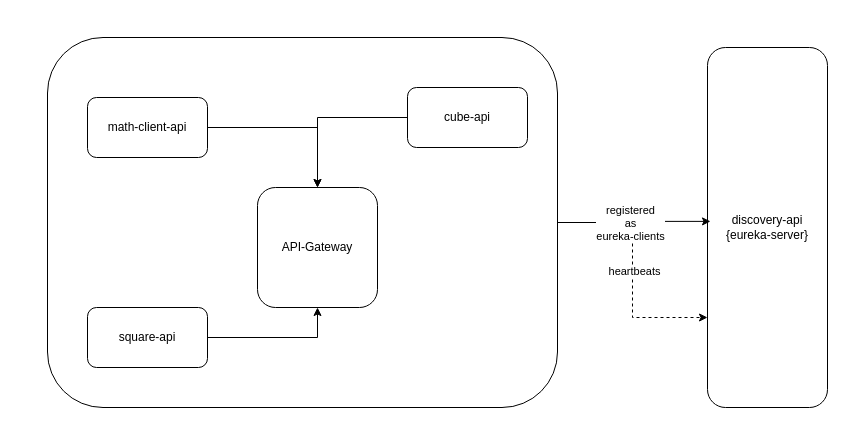
This is backend/spring_cloud.drawio from prabhu-sunderaraman/full-stack-2024, a draw.io file, before an edit. Source tidied: cells renumbered, new cells numbered last; positions are measured from the earlier drawing's top-left corner, leaving out a move shared by most shapes. Both pictures are drawn from the tidied source at 100%, with x=0, y=0 at pixel (47, 37).
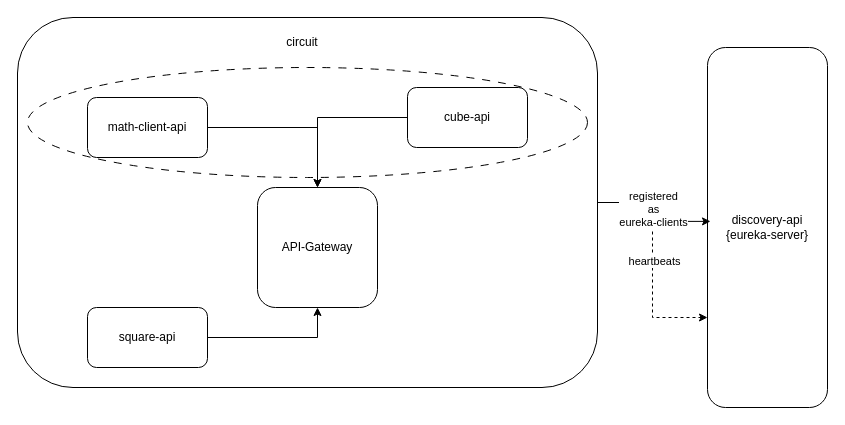
The same page after the edit.

What changed in the source:
```diff
@@
 <mxGraphModel>
   <root>
     <mxCell id="0" />
     <mxCell id="1" parent="0" />
     <mxCell id="2" style="edgeStyle=orthogonalEdgeStyle;rounded=0;jettySize=auto;html=1;" parent="1" edge="1" source="3" target="9">
       <mxGeometry relative="1" as="geometry" />
     </mxCell>
     <mxCell id="3" value="math-client-api" style="rounded=1;whiteSpace=wrap;html=1;" parent="1" vertex="1">
       <mxGeometry x="40" y="60" width="120" height="60" as="geometry" />
     </mxCell>
     <mxCell id="4" style="edgeStyle=orthogonalEdgeStyle;rounded=0;jettySize=auto;html=1;entryX=0.5;entryY=1;entryDx=0;entryDy=0;" parent="1" edge="1" source="5" target="9">
       <mxGeometry relative="1" as="geometry" />
     </mxCell>
     <mxCell id="5" value="square-api" style="rounded=1;whiteSpace=wrap;html=1;" parent="1" vertex="1">
       <mxGeometry x="40" y="270" width="120" height="60" as="geometry" />
     </mxCell>
     <mxCell id="6" style="edgeStyle=orthogonalEdgeStyle;rounded=0;jettySize=auto;html=1;" parent="1" edge="1" source="7" target="9">
       <mxGeometry relative="1" as="geometry" />
     </mxCell>
     <mxCell id="7" value="cube-api" style="rounded=1;whiteSpace=wrap;html=1;" parent="1" vertex="1">
       <mxGeometry x="360" y="50" width="120" height="60" as="geometry" />
     </mxCell>
     <mxCell id="8" value="discovery-api&lt;div&gt;{eureka-server}&lt;/div&gt;" style="rounded=1;whiteSpace=wrap;html=1;" parent="1" vertex="1">
       <mxGeometry x="660" y="10" width="120" height="360" as="geometry" />
     </mxCell>
     <mxCell id="9" value="API-Gateway" style="rounded=1;whiteSpace=wrap;html=1;" parent="1" vertex="1">
       <mxGeometry x="210" y="150" width="120" height="120" as="geometry" />
     </mxCell>
     <mxCell id="10" style="edgeStyle=orthogonalEdgeStyle;rounded=0;jettySize=auto;html=1;entryX=0;entryY=0.75;entryDx=0;entryDy=0;dashed=1;" parent="1" edge="1" source="12" target="8">
       <mxGeometry relative="1" as="geometry" />
     </mxCell>
     <mxCell id="11" value="heartbeats" style="edgeLabel;html=1;align=center;verticalAlign=middle;" parent="10" vertex="1">
       <mxGeometry y="1" relative="1" as="geometry" />
     </mxCell>
     <mxCell id="12" style="rounded=1;whiteSpace=wrap;html=1;fillColor=none;" parent="1" vertex="1">
-      <mxGeometry width="510" height="370" as="geometry" />
+      <mxGeometry x="-30" y="-20" width="580" height="370" as="geometry" />
     </mxCell>
     <mxCell id="13" style="edgeStyle=orthogonalEdgeStyle;rounded=0;jettySize=auto;html=1;entryX=0.025;entryY=0.483;entryDx=0;entryDy=0;entryPerimeter=0;" parent="1" edge="1" source="12" target="8">
       <mxGeometry relative="1" as="geometry" />
     </mxCell>
     <mxCell id="14" value="registered&lt;div&gt;as&lt;/div&gt;&lt;div&gt;eureka-clients&lt;/div&gt;" style="edgeLabel;html=1;align=center;verticalAlign=middle;" parent="13" vertex="1">
       <mxGeometry x="-0.07" relative="1" as="geometry" />
     </mxCell>
+    <mxCell id="15" style="ellipse;whiteSpace=wrap;html=1;fillColor=none;dashed=1;dashPattern=8 8;" parent="1" vertex="1">
+      <mxGeometry x="-20" y="30" width="560" height="110" as="geometry" />
+    </mxCell>
+    <mxCell id="16" value="circuit" style="text;html=1;align=center;verticalAlign=middle;whiteSpace=wrap;rounded=0;" parent="1" vertex="1">
+      <mxGeometry x="225" y="-10" width="60" height="30" as="geometry" />
+    </mxCell>
   </root>
 </mxGraphModel>
```
